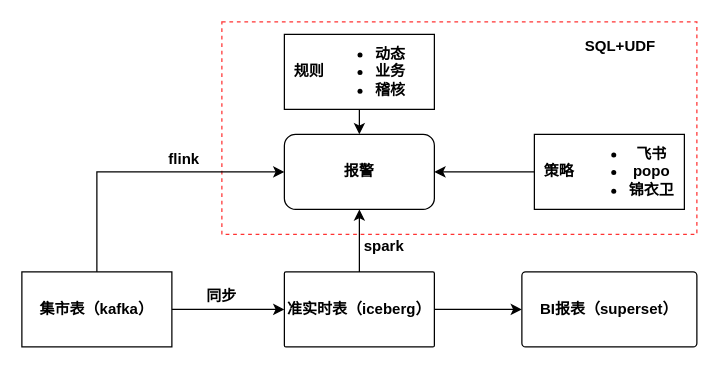
mineminemine123/work-wiki keeps this draw.io diagram as mt风控报警.drawio. Above is the earlier version. Source tidied: cells renumbered, new cells numbered last; positions are measured from the earlier drawing's top-left corner, leaving out a move shared by most shapes. Both pictures are drawn from the tidied source at 125%, with x=0, y=0 at pixel (21, 21).
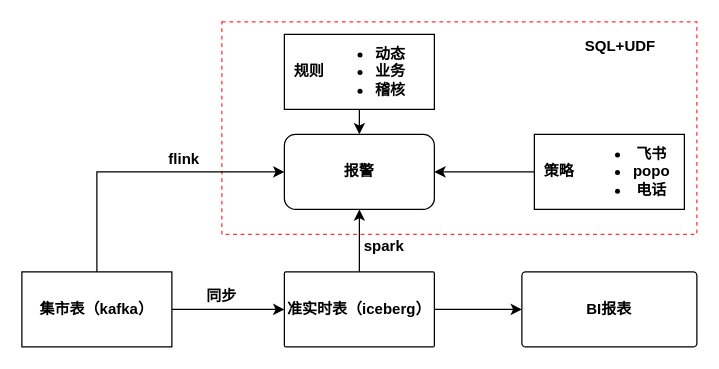
Above is the later version.

Commit message:
更新mt风控报警.drawio

What changed in the source:
```diff
@@
-    <mxCell id="12" value="BI报表（superset）" style="rounded=1;whiteSpace=wrap;html=1;fontStyle=1;arcSize=5;" parent="1" vertex="1">
+    <mxCell id="12" value="BI报表" style="rounded=1;whiteSpace=wrap;html=1;fontStyle=1;arcSize=5;" parent="1" vertex="1">
       <mxGeometry x="400" y="200" width="140" height="60" as="geometry" />
     </mxCell>
@@
-    <mxCell id="15" value="&lt;ul&gt;&lt;li&gt;飞书&lt;/li&gt;&lt;li&gt;popo&lt;/li&gt;&lt;li&gt;锦衣卫&lt;/li&gt;&lt;/ul&gt;" style="text;html=1;strokeColor=none;fillColor=none;align=center;verticalAlign=middle;whiteSpace=wrap;rounded=0;fontStyle=1;" parent="1" vertex="1">
+    <mxCell id="15" value="&lt;ul&gt;&lt;li&gt;飞书&lt;/li&gt;&lt;li&gt;popo&lt;/li&gt;&lt;li&gt;电话&lt;/li&gt;&lt;/ul&gt;" style="text;html=1;strokeColor=none;fillColor=none;align=center;verticalAlign=middle;whiteSpace=wrap;rounded=0;fontStyle=1;" parent="1" vertex="1">
       <mxGeometry x="439" y="100" width="90" height="40" as="geometry" />
     </mxCell>
```
